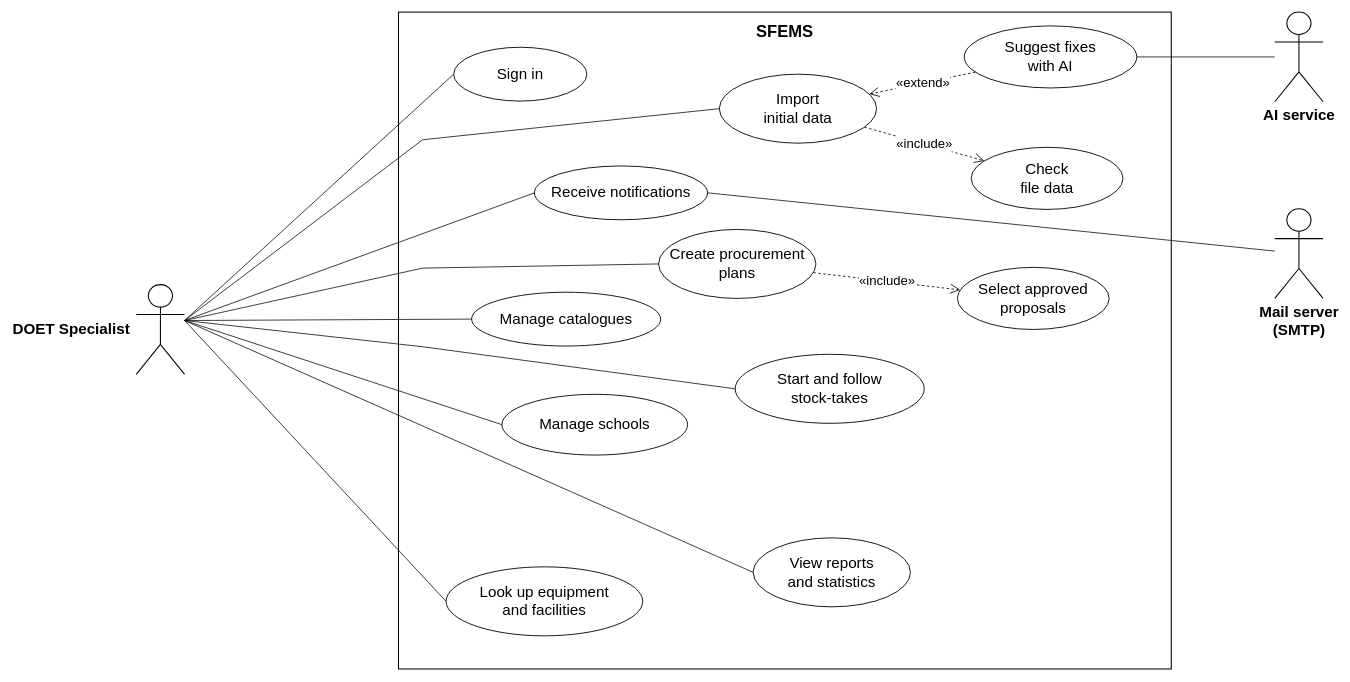
LuuDong2004/SEP490_G123_SFEMS keeps this draw.io diagram as docs/ENG/diagram/Report 3/05 Use case/04 DOET Specialist.drawio. Above is the earlier version. Source tidied: cells renumbered, new cells numbered last; positions are measured from the earlier drawing's top-left corner, leaving out a move shared by most shapes. Both pictures are drawn from the tidied source at 69%, with x=0, y=0 at pixel (136, 12).
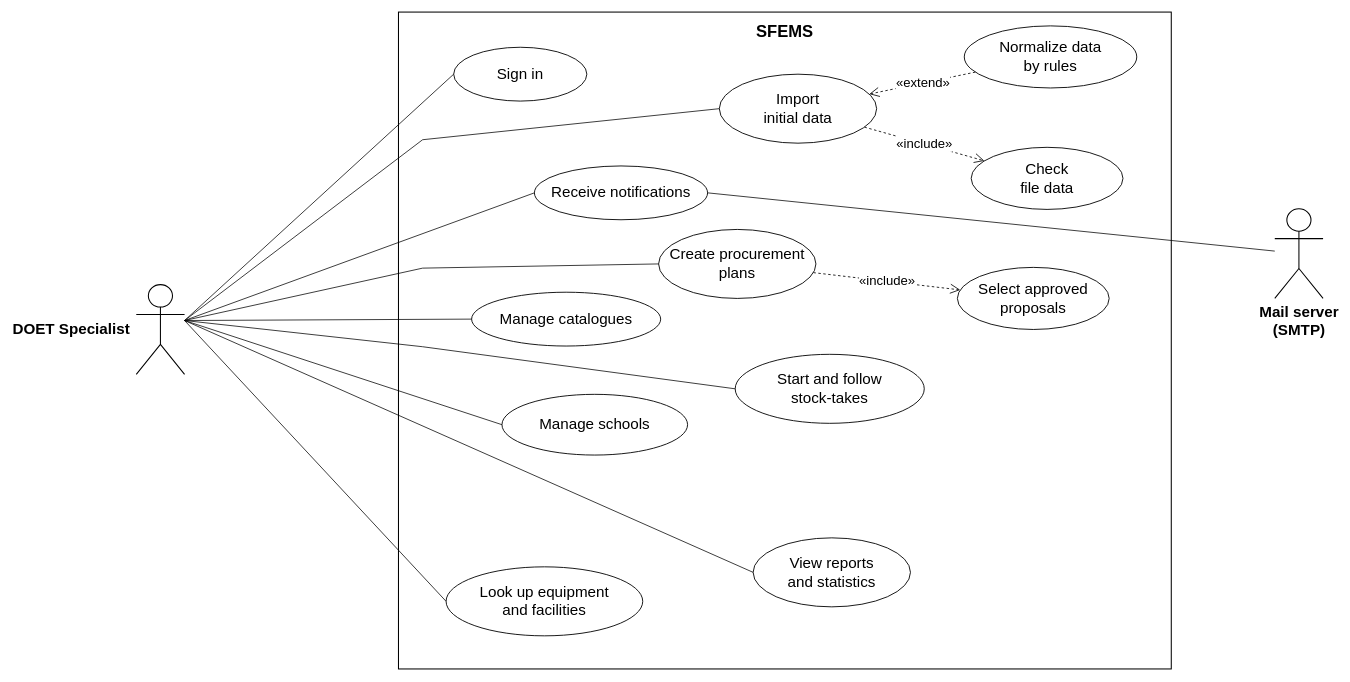
After the change.

What changed in the source:
```diff
@@
-    <mxCell id="22" value="AI service" style="shape=umlActor;verticalLabelPosition=bottom;verticalAlign=top;html=1;outlineConnect=0;fontSize=22;fontStyle=1;fontFamily=Arial;strokeWidth=1.5;" parent="1" vertex="1">
-      <mxGeometry x="1650" width="70" height="130" as="geometry" />
-    </mxCell>
-    <mxCell id="23" style="endArrow=none;html=1;rounded=0;strokeWidth=1.1;strokeColor=#000000;entryX=1;entryY=0.5;entryDx=0;entryDy=0;" parent="1" edge="1" source="22" target="27">
-      <mxGeometry relative="1" as="geometry" />
-    </mxCell>
@@
-    <mxCell id="27" value="Suggest fixes&lt;br&gt;with AI" style="ellipse;whiteSpace=wrap;html=1;fillColor=#FFFFFF;strokeColor=#000000;strokeWidth=1.3;fontSize=22;fontFamily=Arial;" parent="1" vertex="1">
+    <mxCell id="27" value="Normalize data&lt;br&gt;by rules" style="ellipse;whiteSpace=wrap;html=1;fillColor=#FFFFFF;strokeColor=#000000;strokeWidth=1.3;fontSize=22;fontFamily=Arial;" parent="1" vertex="1">
       <mxGeometry x="1200" y="20" width="250" height="90" as="geometry" />
     </mxCell>
```
